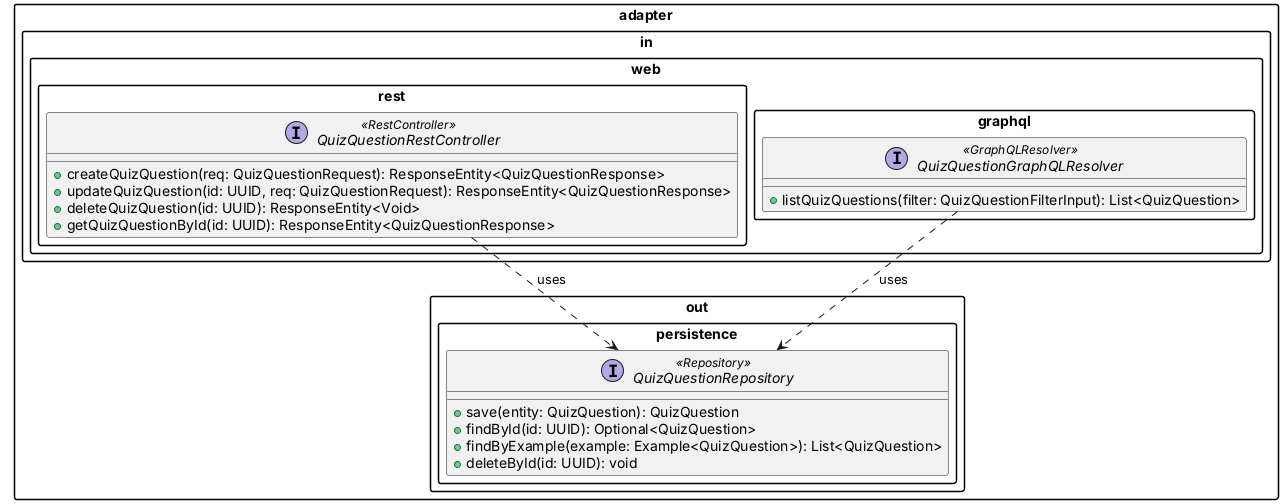
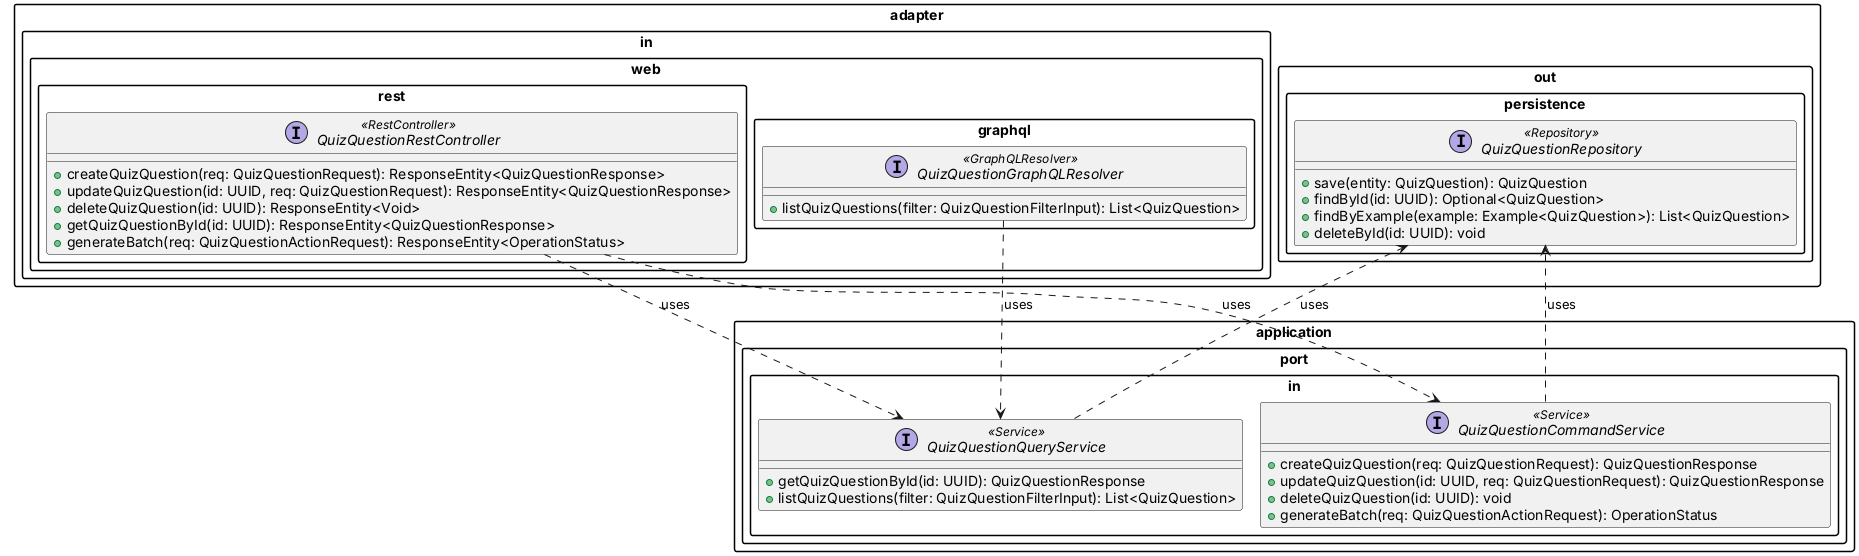
@startuml quiz_question_contract

!pragma layout smetana
skinparam packageStyle rectangle
skinparam defaultFontName Inter

package "adapter.in.web.rest" {
  interface "QuizQuestionRestController" <<RestController>> {
    + createQuizQuestion(req: QuizQuestionRequest): ResponseEntity<QuizQuestionResponse>
    + updateQuizQuestion(id: UUID, req: QuizQuestionRequest): ResponseEntity<QuizQuestionResponse>
    + deleteQuizQuestion(id: UUID): ResponseEntity<Void>
    + getQuizQuestionById(id: UUID): ResponseEntity<QuizQuestionResponse>
+     + generateBatch(req: QuizQuestionActionRequest): ResponseEntity<OperationStatus>
  }
}

package "adapter.in.web.graphql" {
  interface "QuizQuestionGraphQLResolver" <<GraphQLResolver>> {
+     + listQuizQuestions(filter: QuizQuestionFilterInput): List<QuizQuestion>
+   }
+ }
+ 
+ package "application.port.in" {
+   interface "QuizQuestionCommandService" <<Service>> {
+     + createQuizQuestion(req: QuizQuestionRequest): QuizQuestionResponse
+     + updateQuizQuestion(id: UUID, req: QuizQuestionRequest): QuizQuestionResponse
+     + deleteQuizQuestion(id: UUID): void
+     + generateBatch(req: QuizQuestionActionRequest): OperationStatus
+   }
+ 
+   interface "QuizQuestionQueryService" <<Service>> {
+     + getQuizQuestionById(id: UUID): QuizQuestionResponse
    + listQuizQuestions(filter: QuizQuestionFilterInput): List<QuizQuestion>
  }
}

package "adapter.out.persistence" {
  interface "QuizQuestionRepository" <<Repository>> {
    + save(entity: QuizQuestion): QuizQuestion
    + findById(id: UUID): Optional<QuizQuestion>
    + findByExample(example: Example<QuizQuestion>): List<QuizQuestion>
    + deleteById(id: UUID): void
  }
}

- "QuizQuestionRestController"  ..> "QuizQuestionRepository" : uses
- "QuizQuestionGraphQLResolver" ..> "QuizQuestionRepository" : uses
+ "QuizQuestionRestController"  ..> "QuizQuestionCommandService" : uses
+ "QuizQuestionRestController"  ..> "QuizQuestionQueryService" : uses
+ "QuizQuestionGraphQLResolver" ..> "QuizQuestionQueryService" : uses
+ "QuizQuestionCommandService"  ..> "QuizQuestionRepository" : uses
+ "QuizQuestionQueryService"    ..> "QuizQuestionRepository" : uses

@enduml
